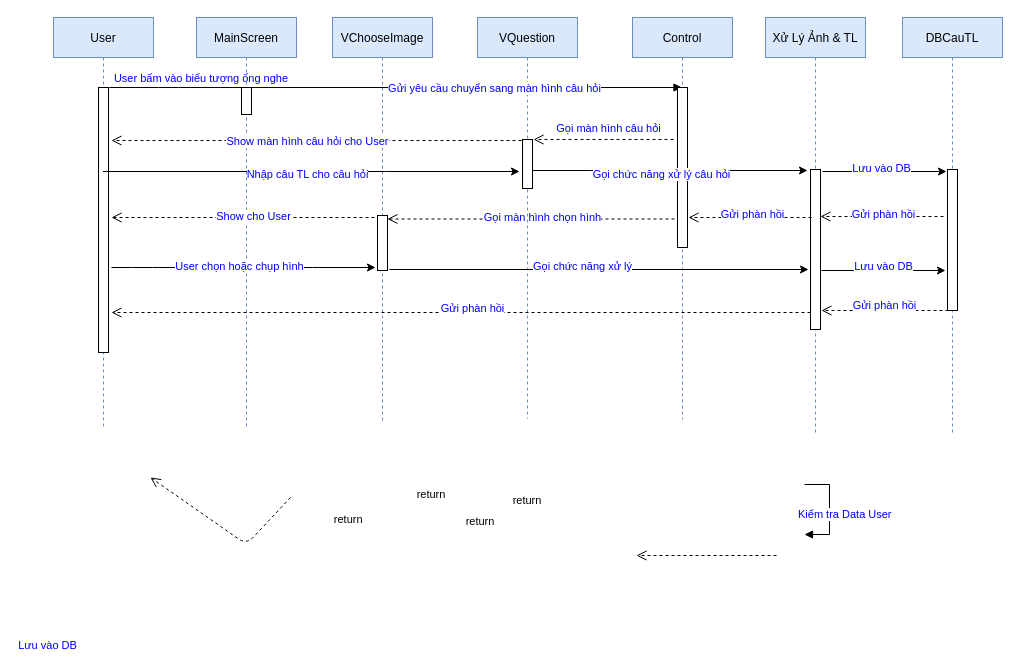
The draw.io diagram page "Page-1" (1 of 3) of Untitled Diagram.drawio in philong97/diagram, before the edit. Source tidied: cells renumbered, new cells numbered last; positions are measured from the earlier drawing's top-left corner, leaving out a move shared by most shapes. Both pictures are drawn from the tidied source at 100%, with x=0, y=0 at pixel (53, 17).
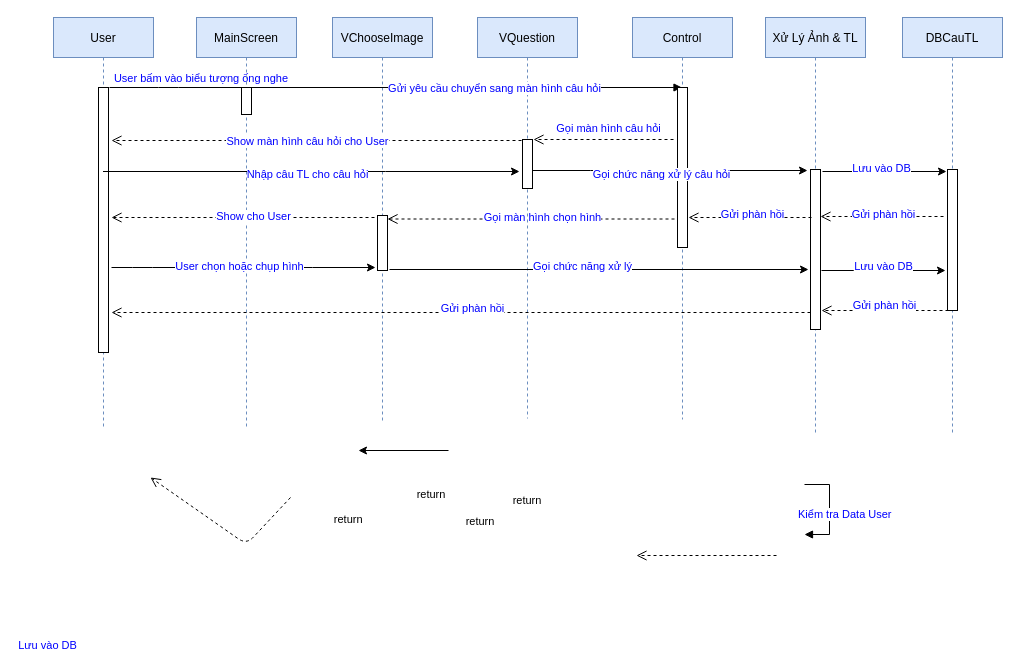
After the change.

Commit message:
dangnhap(doctor)

Change to the diagram source:
```diff
@@
+    <mxCell id="50" style="endArrow=classic;html=1;fontColor=#0000FF;" parent="1" edge="1">
+      <mxGeometry relative="1" as="geometry">
+        <mxPoint x="395" y="433" as="sourcePoint" />
+        <mxPoint x="305" y="433" as="targetPoint" />
+        <Array as="points">
+          <mxPoint x="395" y="433" />
+        </Array>
+      </mxGeometry>
+    </mxCell>
```
